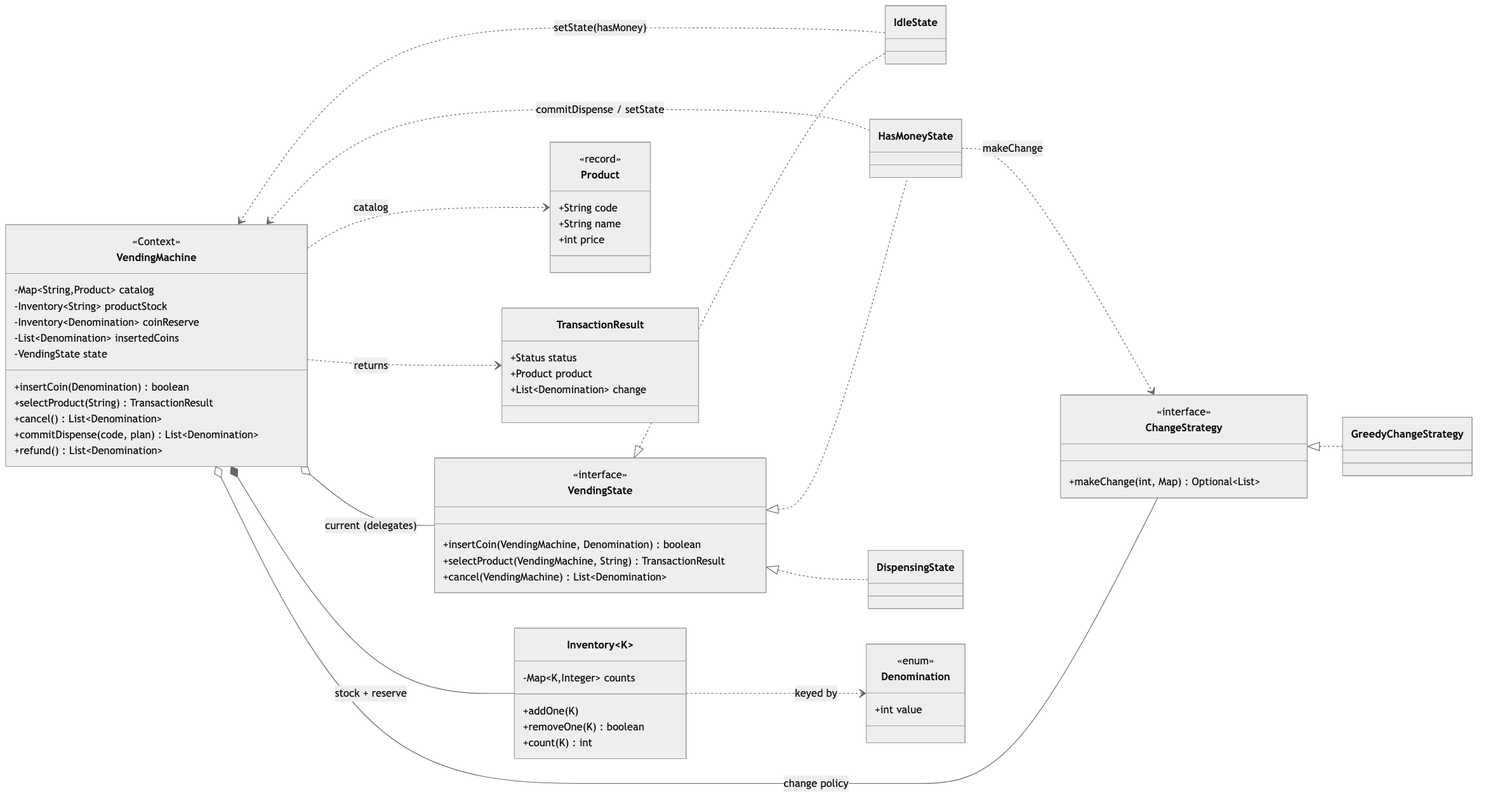
Before: src/MachineCoding_LLD/LLD_Interview_Problems/_02_Easy_VendingMachine/assets/class-diagram.png, a diagram exported from Mermaid (AlvinBAnerjee/Interview_and_Competitive_Programming). Its source is kept beside it as src/MachineCoding_LLD/LLD_Interview_Problems/_02_Easy_VendingMachine/assets/class-diagram.mmd. Source of this version:
```mermaid
%%{init: {'theme':'neutral', 'themeVariables': {'fontSize':'15px'}, 'flowchart': {'curve':'basis'}}}%%
classDiagram
    direction LR

    class VendingMachine {
        <<Context>>
        -Map~String,Product~ catalog
        -Inventory~String~ productStock
        -Inventory~Denomination~ coinReserve
        -List~Denomination~ insertedCoins
        -VendingState state
        +insertCoin(Denomination) boolean
        +selectProduct(String) TransactionResult
        +cancel() List~Denomination~
        +commitDispense(code, plan) List~Denomination~
        +refund() List~Denomination~
    }

    class VendingState {
        <<interface>>
        +insertCoin(VendingMachine, Denomination) boolean
        +selectProduct(VendingMachine, String) TransactionResult
        +cancel(VendingMachine) List~Denomination~
    }
    class IdleState
    class HasMoneyState
    class DispensingState

    class ChangeStrategy {
        <<interface>>
        +makeChange(int, Map) Optional~List~
    }
    class GreedyChangeStrategy

    class Inventory~K~ {
        -Map~K,Integer~ counts
        +addOne(K)
        +removeOne(K) boolean
        +count(K) int
    }
    class Product {
        <<record>>
        +String code
        +String name
        +int price
    }
    class Denomination {
        <<enum>>
        +int value
    }
    class TransactionResult {
        +Status status
        +Product product
        +List~Denomination~ change
    }

    VendingState <|.. IdleState
    VendingState <|.. HasMoneyState
    VendingState <|.. DispensingState
    ChangeStrategy <|.. GreedyChangeStrategy

    VendingMachine o-- VendingState : current (delegates)
    VendingMachine o-- ChangeStrategy : change policy
    VendingMachine *-- Inventory : stock + reserve
    VendingMachine ..> Product : catalog
    VendingMachine ..> TransactionResult : returns

    IdleState ..> VendingMachine : setState(hasMoney)
    HasMoneyState ..> VendingMachine : commitDispense / setState
    HasMoneyState ..> ChangeStrategy : makeChange
    Inventory ..> Denomination : keyed by
```
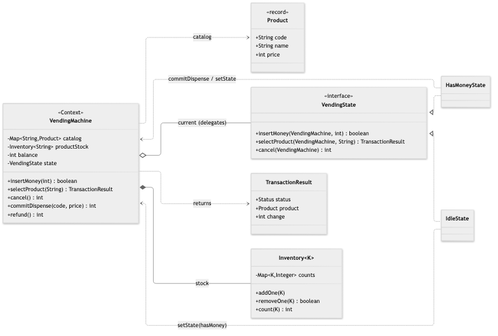
Above is the later version.

The edit, as a diff of the source:
```diff
@@ -6,31 +6,23 @@
         <<Context>>
         -Map~String,Product~ catalog
         -Inventory~String~ productStock
-        -Inventory~Denomination~ coinReserve
-        -List~Denomination~ insertedCoins
+        -int balance
         -VendingState state
-        +insertCoin(Denomination) boolean
+        +insertMoney(int) boolean
         +selectProduct(String) TransactionResult
-        +cancel() List~Denomination~
-        +commitDispense(code, plan) List~Denomination~
-        +refund() List~Denomination~
+        +cancel() int
+        +commitDispense(code, price) int
+        +refund() int
     }
 
     class VendingState {
         <<interface>>
-        +insertCoin(VendingMachine, Denomination) boolean
+        +insertMoney(VendingMachine, int) boolean
         +selectProduct(VendingMachine, String) TransactionResult
-        +cancel(VendingMachine) List~Denomination~
+        +cancel(VendingMachine) int
     }
     class IdleState
     class HasMoneyState
-    class DispensingState
-
-    class ChangeStrategy {
-        <<interface>>
-        +makeChange(int, Map) Optional~List~
-    }
-    class GreedyChangeStrategy
 
     class Inventory~K~ {
         -Map~K,Integer~ counts
@@ -44,28 +36,19 @@
         +String name
         +int price
     }
-    class Denomination {
-        <<enum>>
-        +int value
-    }
     class TransactionResult {
         +Status status
         +Product product
-        +List~Denomination~ change
+        +int change
     }
 
     VendingState <|.. IdleState
     VendingState <|.. HasMoneyState
-    VendingState <|.. DispensingState
-    ChangeStrategy <|.. GreedyChangeStrategy
 
     VendingMachine o-- VendingState : current (delegates)
-    VendingMachine o-- ChangeStrategy : change policy
-    VendingMachine *-- Inventory : stock + reserve
+    VendingMachine *-- Inventory : stock
     VendingMachine ..> Product : catalog
     VendingMachine ..> TransactionResult : returns
 
     IdleState ..> VendingMachine : setState(hasMoney)
     HasMoneyState ..> VendingMachine : commitDispense / setState
-    HasMoneyState ..> ChangeStrategy : makeChange
-    Inventory ..> Denomination : keyed by
```
